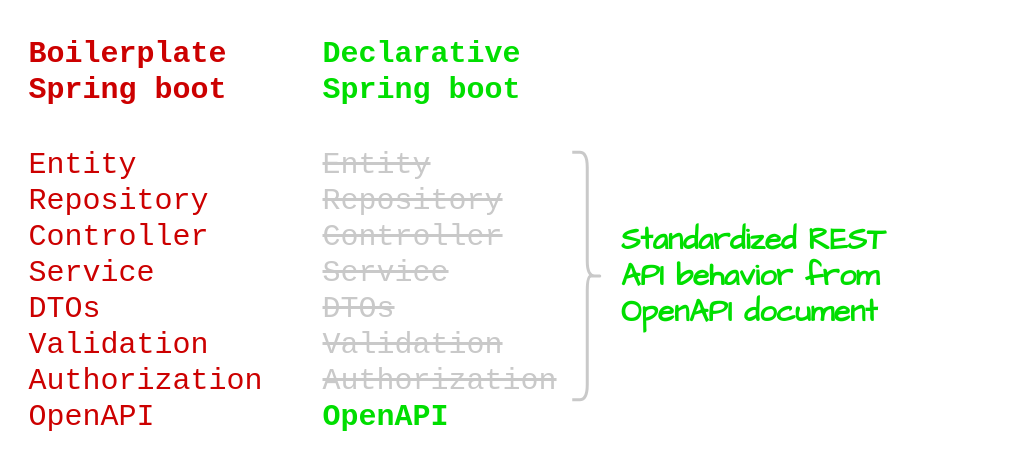
The draw.io diagram dcentb/pics/letsbuildapis-landing.drawio in niklase/lets-build-apis, before the edit. Source tidied: cells renumbered, new cells numbered last; positions are measured from the earlier drawing's top-left corner, leaving out a move shared by most shapes. Both pictures are drawn from the tidied source at 150%, with x=0, y=0 at pixel (26, 26).
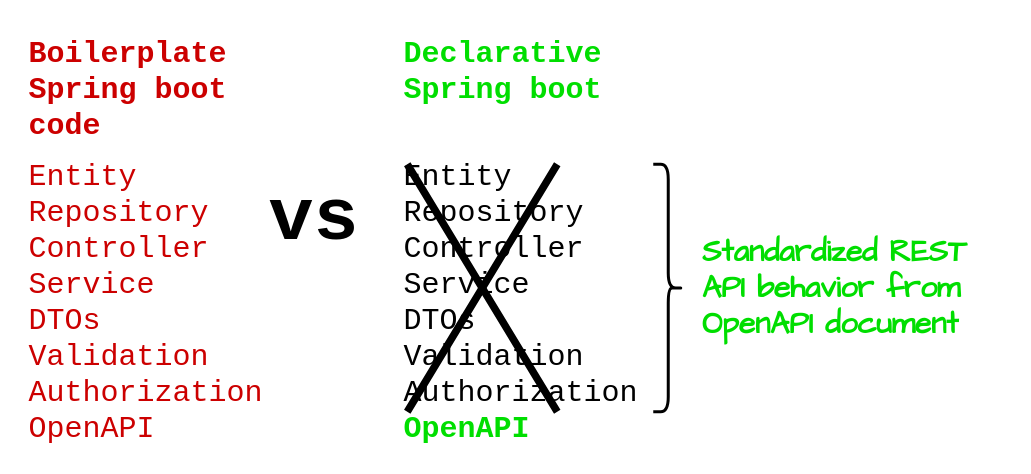
The same diagram, later.

What changed in the source:
```diff
@@
 <mxGraphModel>
   <root>
     <mxCell id="0" />
     <mxCell id="1" parent="0" />
     <mxCell id="2" value="Entity&#10;Repository&#10;Controller&#10;Service&#10;DTOs&#10;Validation&#10;Authorization&#10;OpenAPI" style="text;whiteSpace=wrap;fontFamily=Courier New;fontSize=20;fontColor=#CC0000;" parent="1" vertex="1">
-      <mxGeometry y="74" width="180" height="200" as="geometry" />
+      <mxGeometry y="82" width="180" height="200" as="geometry" />
     </mxCell>
-    <mxCell id="3" style="shape=curlyBracket;whiteSpace=wrap;html=1;rounded=1;flipH=1;labelPosition=right;verticalLabelPosition=middle;align=left;verticalAlign=middle;legacyAnchorPoints=0;fontStyle=1;strokeWidth=2;strokeColor=light-dark(#c9c9c9, #ededed);" parent="1" vertex="1">
-      <mxGeometry x="364" y="84" width="20" height="165" as="geometry" />
+    <mxCell id="3" style="shape=curlyBracket;whiteSpace=wrap;html=1;rounded=1;flipH=1;labelPosition=right;verticalLabelPosition=middle;align=left;verticalAlign=middle;legacyAnchorPoints=0;fontStyle=1;strokeWidth=2;strokeColor=light-dark(#000000,#EDEDED);" parent="1" vertex="1">
+      <mxGeometry x="418" y="92" width="20" height="165" as="geometry" />
     </mxCell>
-    <mxCell id="4" value="Boilerplate Spring boot" style="text;whiteSpace=wrap;fontFamily=Courier New;fontSize=20;fontStyle=1;fontColor=#CC0000;" parent="1" vertex="1">
+    <mxCell id="4" value="Boilerplate Spring boot &#10;code" style="text;whiteSpace=wrap;fontFamily=Courier New;fontSize=20;fontStyle=1;fontColor=#CC0000;" parent="1" vertex="1">
       <mxGeometry width="200" height="40" as="geometry" />
     </mxCell>
     <mxCell id="5" value="Declarative&#10;Spring boot" style="text;whiteSpace=wrap;fontFamily=Courier New;fontSize=20;fontStyle=1;fontColor=#00DE00;" parent="1" vertex="1">
-      <mxGeometry x="196" width="200" height="40" as="geometry" />
+      <mxGeometry x="250" width="200" height="40" as="geometry" />
     </mxCell>
     <mxCell id="6" value="Standardized REST API behavior from OpenAPI document" style="text;whiteSpace=wrap;fontFamily=Comic Sans MS;fontSize=20;fontStyle=1;fontColor=#00DE00;" parent="1" vertex="1">
-      <mxGeometry x="395" y="124" width="204" height="60" as="geometry" />
+      <mxGeometry x="449" y="132" width="204" height="60" as="geometry" />
     </mxCell>
-    <mxCell id="7" value="&lt;font style=&quot;color: rgb(201, 201, 201);&quot;&gt;&lt;strike&gt;Entity&lt;/strike&gt;&lt;br&gt;&lt;strike&gt;Repository&lt;/strike&gt;&lt;br&gt;&lt;strike&gt;Controller&lt;/strike&gt;&lt;br&gt;&lt;strike&gt;Service&lt;/strike&gt;&lt;br&gt;&lt;strike&gt;DTOs&lt;/strike&gt;&lt;br&gt;&lt;strike&gt;Validation&lt;/strike&gt;&lt;br&gt;&lt;strike&gt;Authorization&lt;/strike&gt;&lt;/font&gt;&lt;br&gt;&lt;b&gt;&lt;font style=&quot;color: rgb(0, 222, 0);&quot;&gt;OpenAPI&lt;/font&gt;&lt;/b&gt;" style="text;whiteSpace=wrap;fontFamily=Courier New;fontSize=20;html=1;" parent="1" vertex="1">
-      <mxGeometry x="196" y="74" width="180" height="200" as="geometry" />
+    <mxCell id="7" value="&lt;font style=&quot;color: rgb(0, 0, 0);&quot;&gt;Entity&lt;br&gt;Repository&lt;br&gt;Controller&lt;br&gt;Service&lt;br&gt;DTOs&lt;br&gt;Validation&lt;br&gt;Authorization&lt;/font&gt;&lt;br&gt;&lt;b&gt;&lt;font style=&quot;color: rgb(0, 222, 0);&quot;&gt;OpenAPI&lt;/font&gt;&lt;/b&gt;" style="text;whiteSpace=wrap;fontFamily=Courier New;fontSize=20;html=1;" parent="1" vertex="1">
+      <mxGeometry x="250" y="82" width="180" height="200" as="geometry" />
     </mxCell>
+    <mxCell id="8" style="shape=umlDestroy;whiteSpace=wrap;html=1;strokeWidth=5;targetShapes=umlLifeline;fillColor=#f8cecc;strokeColor=#000000;" parent="1" vertex="1">
+      <mxGeometry x="254" y="92" width="100" height="165" as="geometry" />
+    </mxCell>
+    <mxCell id="9" value="vs" style="text;whiteSpace=wrap;fontFamily=Courier New;fontSize=50;fontStyle=1;fontColor=#000000;" parent="1" vertex="1">
+      <mxGeometry x="160" y="92" width="200" height="40" as="geometry" />
+    </mxCell>
   </root>
 </mxGraphModel>
```
